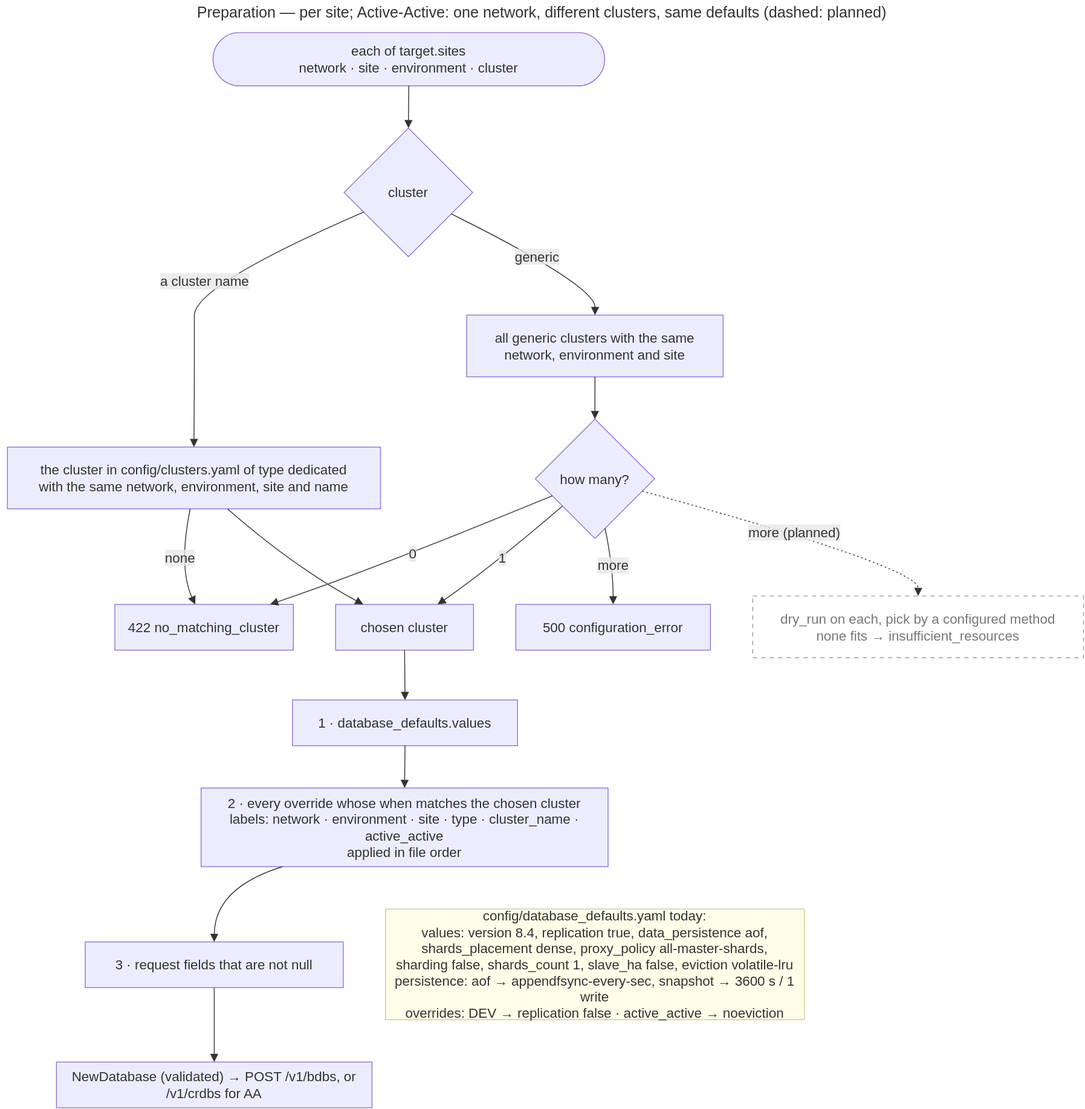
EliShteinman/redis-enterprise-services keeps this draw.io diagram as docs/diagrams/13-flow-cluster-and-defaults.drawio.svg. Above is the earlier version. Source tidied: cells renumbered, new cells last; positions are measured from the earlier drawing's top-left corner, leaving out a move shared by most shapes.
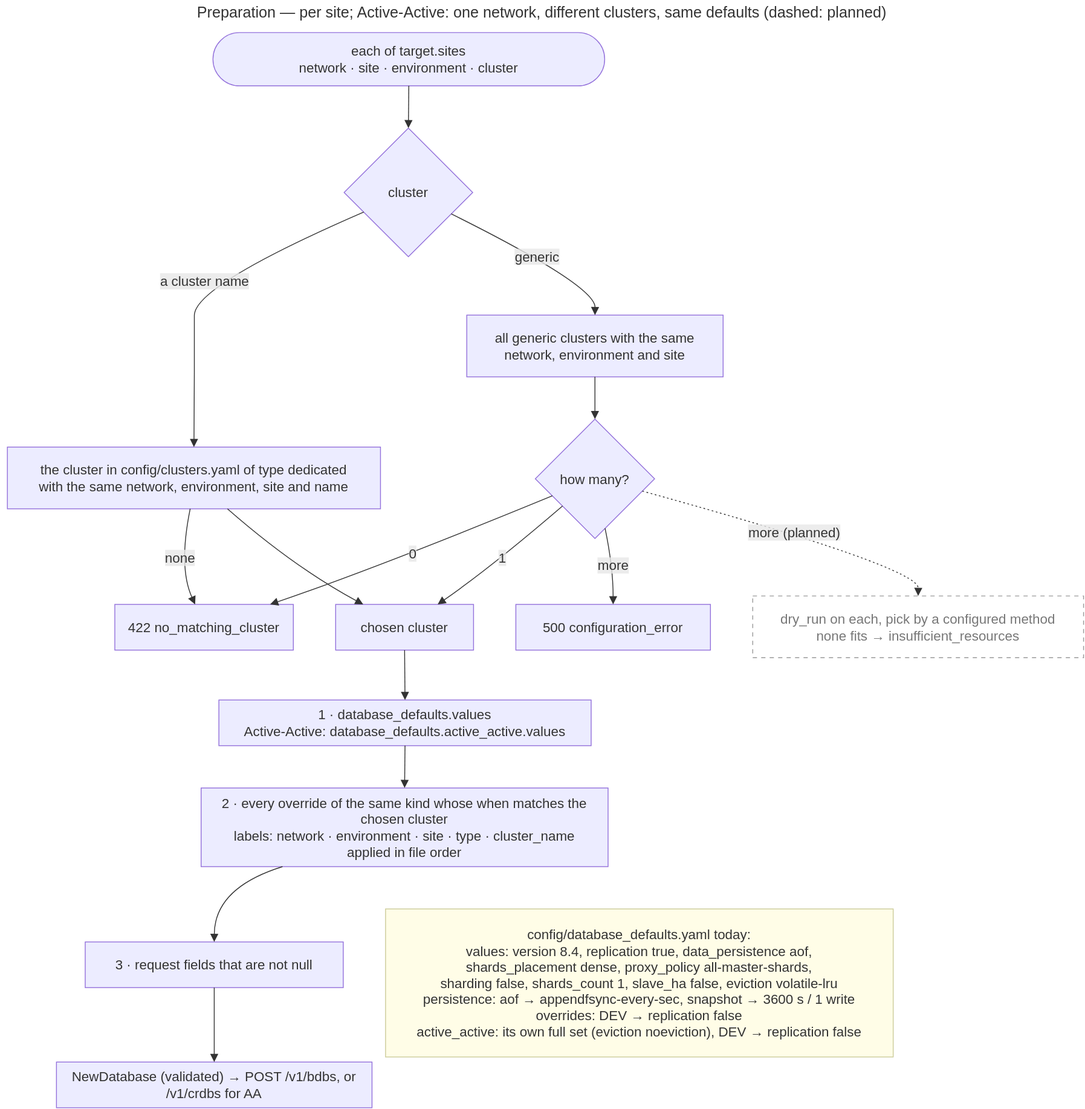
Later version of the same file.

Commit message:
docs: an Active-Active database has its own complete defaults

Change to the diagram source:
```diff
@@ -29,10 +29,10 @@
     <mxCell id="10" value="dry_run on each, pick by a configured method&#10;none fits → insufficient_resources" style="html=1;whiteSpace=wrap;strokeWidth=1;fillColor=default;strokeColor=#999;fontColor=#777;fontFamily=Trebuchet MS,Verdana,Arial,sans-serif;fontSize=16;dashed=1;dashPattern=5 5;fixDash=1;" parent="1" vertex="1">
       <mxGeometry x="889" y="704" width="391" height="73" as="geometry" />
     </mxCell>
-    <mxCell id="11" value="1 · database_defaults.values" style="html=1;whiteSpace=wrap;strokeWidth=1;fillColor=light-dark(#ECECFF,#1f2020);strokeColor=light-dark(#9370DB,#cccccc);fontColor=light-dark(#333333,#cccccc);fontFamily=Trebuchet MS,Verdana,Arial,sans-serif;fontSize=16;" parent="1" vertex="1">
-      <mxGeometry x="345" y="827" width="266" height="54" as="geometry" />
+    <mxCell id="11" value="1 · database_defaults.values&#10;Active-Active: database_defaults.active_active.values" style="html=1;whiteSpace=wrap;strokeWidth=1;fillColor=light-dark(#ECECFF,#1f2020);strokeColor=light-dark(#9370DB,#cccccc);fontColor=light-dark(#333333,#cccccc);fontFamily=Trebuchet MS,Verdana,Arial,sans-serif;fontSize=16;" parent="1" vertex="1">
+      <mxGeometry x="258" y="827" width="440" height="54" as="geometry" />
     </mxCell>
-    <mxCell id="12" value="2 · every override whose when matches the chosen cluster&#10;labels: network · environment · site · type · cluster_name · active_active&#10;applied in file order" style="html=1;whiteSpace=wrap;strokeWidth=1;fillColor=light-dark(#ECECFF,#1f2020);strokeColor=light-dark(#9370DB,#cccccc);fontColor=light-dark(#333333,#cccccc);fontFamily=Trebuchet MS,Verdana,Arial,sans-serif;fontSize=16;" parent="1" vertex="1">
+    <mxCell id="12" value="2 · every override of the same kind whose when matches the chosen cluster&#10;labels: network · environment · site · type · cluster_name&#10;applied in file order" style="html=1;whiteSpace=wrap;strokeWidth=1;fillColor=light-dark(#ECECFF,#1f2020);strokeColor=light-dark(#9370DB,#cccccc);fontColor=light-dark(#333333,#cccccc);fontFamily=Trebuchet MS,Verdana,Arial,sans-serif;fontSize=16;" parent="1" vertex="1">
       <mxGeometry x="237" y="931" width="481" height="93" as="geometry" />
     </mxCell>
     <mxCell id="13" value="3 · request fields that are not null" style="html=1;whiteSpace=wrap;strokeWidth=1;fillColor=light-dark(#ECECFF,#1f2020);strokeColor=light-dark(#9370DB,#cccccc);fontColor=light-dark(#333333,#cccccc);fontFamily=Trebuchet MS,Verdana,Arial,sans-serif;fontSize=16;" parent="1" vertex="1">
@@ -41,8 +41,8 @@
     <mxCell id="14" value="NewDatabase (validated) → POST /v1/bdbs, or /v1/crdbs for AA" style="html=1;whiteSpace=wrap;strokeWidth=1;fillColor=light-dark(#ECECFF,#1f2020);strokeColor=light-dark(#9370DB,#cccccc);fontColor=light-dark(#333333,#cccccc);fontFamily=Trebuchet MS,Verdana,Arial,sans-serif;fontSize=16;" parent="1" vertex="1">
       <mxGeometry x="66" y="1255" width="373" height="54" as="geometry" />
     </mxCell>
-    <mxCell id="15" value="config/database_defaults.yaml today:&#10;values: version 8.4, replication true, data_persistence aof,&#10;shards_placement dense, proxy_policy all-master-shards,&#10;sharding false, shards_count 1, slave_ha false, eviction volatile-lru&#10;persistence: aof → appendfsync-every-sec, snapshot → 3600 s / 1 write&#10;overrides: DEV → replication false · active_active → noeviction" style="html=1;whiteSpace=wrap;strokeWidth=1;fillColor=#fffde7;strokeColor=#cccc99;fontColor=light-dark(#333333,#cccccc);fontFamily=Trebuchet MS,Verdana,Arial,sans-serif;fontSize=16;" parent="1" vertex="1">
-      <mxGeometry x="455" y="1074" width="495" height="131" as="geometry" />
+    <mxCell id="15" value="config/database_defaults.yaml today:&#10;values: version 8.4, replication true, data_persistence aof,&#10;shards_placement dense, proxy_policy all-master-shards,&#10;sharding false, shards_count 1, slave_ha false, eviction volatile-lru&#10;persistence: aof → appendfsync-every-sec, snapshot → 3600 s / 1 write&#10;overrides: DEV → replication false&#10;active_active: its own full set (eviction noeviction), DEV → replication false" style="html=1;whiteSpace=wrap;strokeWidth=1;fillColor=#fffde7;strokeColor=#cccc99;fontColor=light-dark(#333333,#cccccc);fontFamily=Trebuchet MS,Verdana,Arial,sans-serif;fontSize=16;" parent="1" vertex="1">
+      <mxGeometry x="455" y="1074" width="600" height="175" as="geometry" />
     </mxCell>
     <mxCell id="16" style="curved=1;startArrow=none;endArrow=block;endSize=7;strokeColor=light-dark(#333333,#cccccc);exitX=0.5;exitY=1;entryX=0.5;entryY=0;" parent="1" edge="1" source="2" target="3">
       <mxGeometry relative="1" as="geometry" />
```
